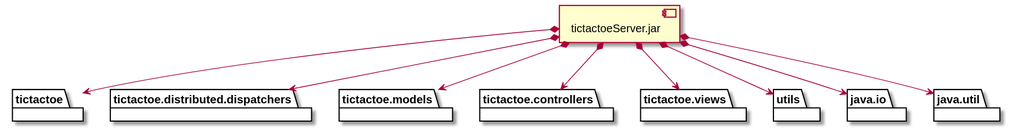
This is docs/build/docs/asciidoc/images/diagramaImplementacionServer.svg from x-USantaTecla-game-ticTacToe/java, a PlantUML export, as it was before one commit.
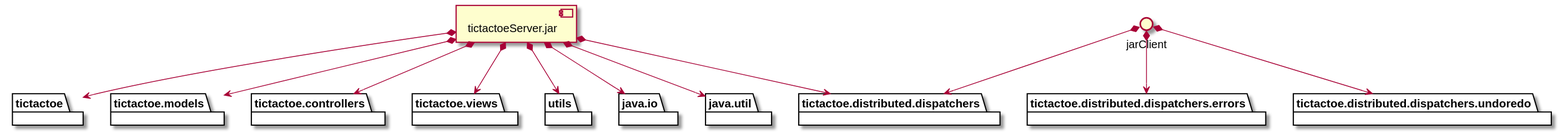
After the change.

Change to the diagram source:
```diff
@@ -3,6 +3,12 @@
 package "  "  as tictactoe {
 }
 package "  "  as tictactoe.distributed.dispatchers {
+}
+package "  "  as tictactoe.distributed.dispatchers {
+}
+package "  "  as tictactoe.distributed.dispatchers.errors {
+}
+package "  "  as tictactoe.distributed.dispatchers.undoredo {
 }
 package "  "  as tictactoe.models {
 }
@@ -21,6 +27,9 @@
 
 jarServer *--> tictactoe
 jarServer *--> tictactoe.distributed.dispatchers
+jarClient *--> tictactoe.distributed.dispatchers
+jarClient *--> tictactoe.distributed.dispatchers.errors
+jarClient *--> tictactoe.distributed.dispatchers.undoredo
 jarServer *--> tictactoe.models
 jarServer *--> tictactoe.controllers
 jarServer *--> tictactoe.views
```
